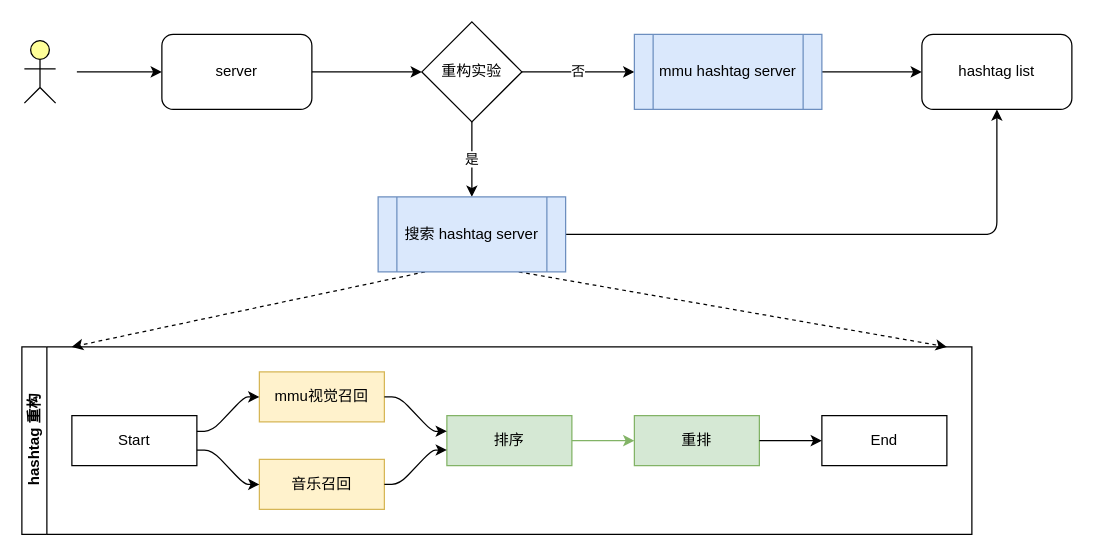
Above: hashtag-reco.drawio in AmaniCheung/draw.io (draw.io), before the change. Source tidied: cells renumbered, new cells numbered last; positions are measured from the earlier drawing's top-left corner, leaving out a move shared by most shapes. Both pictures are drawn from the tidied source at 125%, with x=0, y=0 at pixel (21, 21).
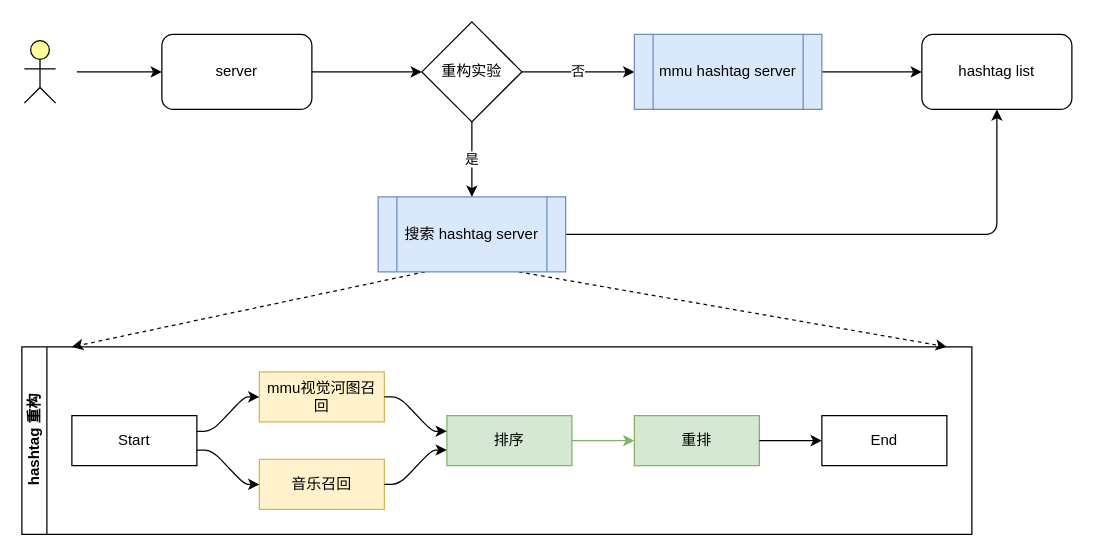
The same page after the edit.

The change refers to these unchanged cells:
```xml
<mxCell id="2" value="hashtag 重构" style="swimlane;html=1;startSize=20;horizontal=0;flowOrientation=west;interRankCellSpacing=50;containerType=tree;fontSize=12;" parent="1" vertex="1">
  <mxGeometry y="260" width="760" height="150" as="geometry" />
</mxCell>
```

What changed in the source:
```diff
@@
-    <mxCell id="4" value="mmu视觉召回" style="whiteSpace=wrap;html=1;fillColor=#fff2cc;strokeColor=#d6b656;" parent="2" vertex="1">
+    <mxCell id="4" value="mmu视觉河图召回" style="whiteSpace=wrap;html=1;fillColor=#fff2cc;strokeColor=#d6b656;" parent="2" vertex="1">
       <mxGeometry x="190" y="20" width="100" height="40" as="geometry" />
     </mxCell>
```
